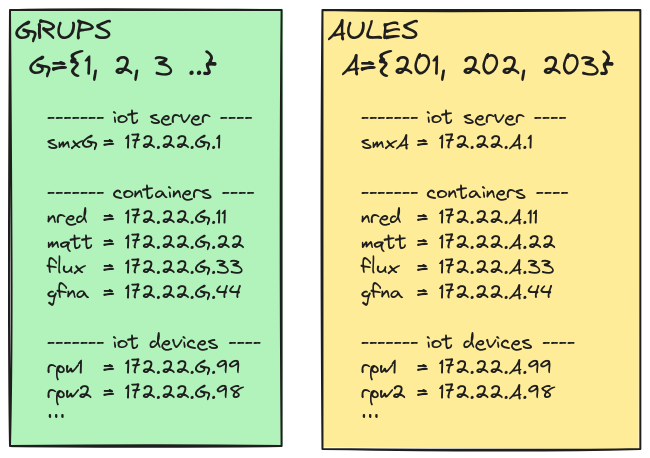
Earlier version of the Excalidraw export doc/networking.excalidraw.png (rocher/smx1_iot-server). Source tidied: one line per element, renumbered; positions are measured from the earlier drawing's top-left corner, leaving out a move shared by most shapes.
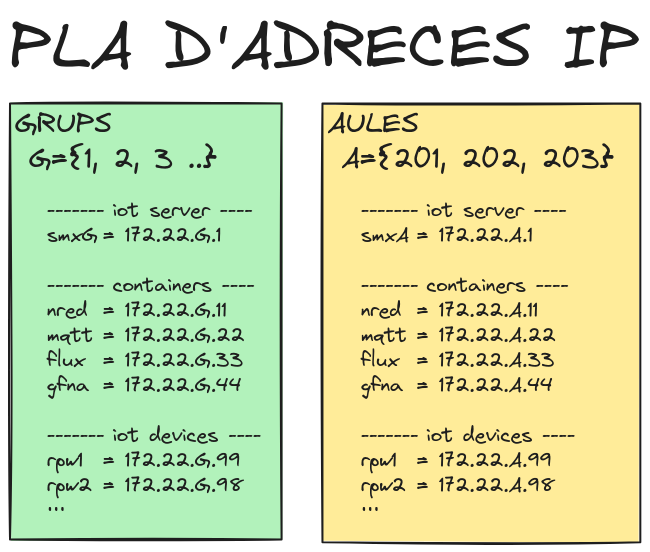
Later version of the same file.

Change to the diagram source:
```diff
@@ -6,3 +6,4 @@
 {"id": 5, "type": "text", "text": "AULES\n A={201, 202, 203}", "strokeColor": "#1e1e1e", "backgroundColor": "#a5d8ff", "fillStyle": "solid", "strokeWidth": 2, "roughness": 1, "fontSize": 28, "fontFamily": 1, "inside": 4, "x": 317, "y": 5, "width": 286, "height": 70}
 {"id": 6, "type": "text", "text": "-------\nsmxA\n\n-------\nnred\nmqtt  \nflux\ngfna\n\n-------\nrpw1\nrpw2\n···", "strokeColor": "#1e1e1e", "strokeWidth": 2, "roughness": 1, "fontSize": 20, "fontFamily": 1, "x": 351, "y": 96, "width": 66, "height": 325}
 {"id": 7, "type": "text", "text": " iot server ----\n= 172.22.A.1\n\n containers ----\n= 172.22.A.11\n= 172.22.A.22\n= 172.22.A.33\n= 172.22.A.44\n\n iot devices ----\n= 172.22.A.99\n= 172.22.A.98", "strokeColor": "#1e1e1e", "strokeWidth": 2, "roughness": 1, "fontSize": 20, "fontFamily": 1, "x": 407, "y": 96, "width": 159, "height": 300}
+{"id": 8, "type": "text", "text": "PLA D'ADRECES IP", "strokeColor": "#1e1e1e", "backgroundColor": "#b2f2bb", "fillStyle": "solid", "strokeWidth": 2, "roughness": 1, "fontSize": 63.79, "fontFamily": 1, "x": 0, "y": -93, "width": 630, "height": 80}
```
